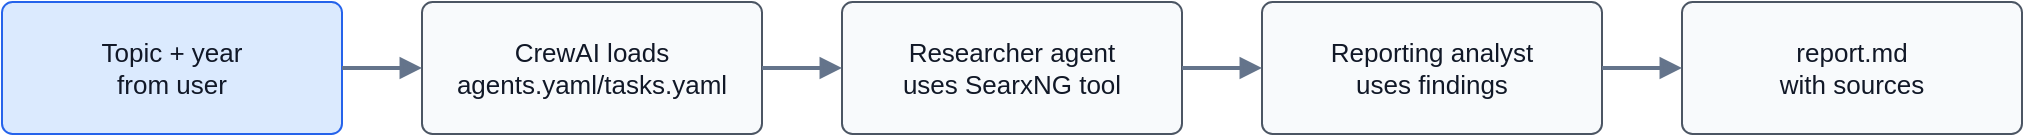
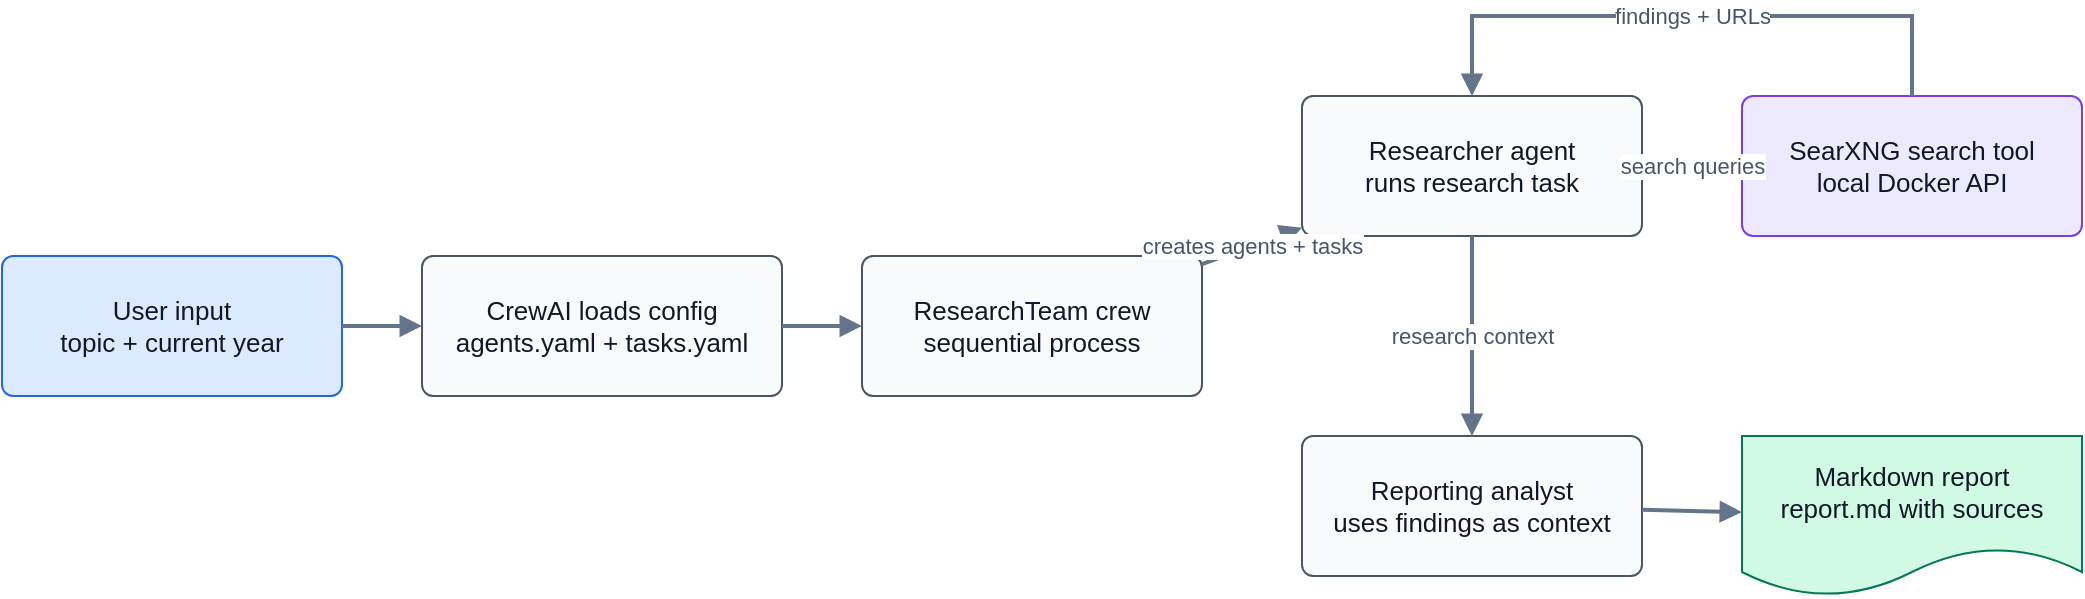
- <mxfile host="Codex" modified="2026-06-27T10:01:50Z" agent="Codex" version="24.7.17" type="device">
-   <diagram id="crewai-research-report-agent" name="CrewAI Research Report Agent">
+ <mxfile host="Codex" modified="2026-06-27T00:00:00Z" agent="Codex" version="24.7.17" type="device">
+   <diagram id="project-crewai-research-report-agent" name="CrewAI Research Report Agent">
    <mxGraphModel dx="1422" dy="794" grid="1" gridSize="10" guides="1" tooltips="1" connect="1" arrows="1" fold="1" page="1" pageScale="1" pageWidth="1120" pageHeight="520" math="0" shadow="0">
      <root>
        <mxCell id="0"/>
        <mxCell id="1" parent="0"/>
-         <mxCell id="id2" value="Topic + year&lt;br&gt;from user" style="rounded=1;whiteSpace=wrap;html=1;arcSize=8;strokeColor=#2563eb;fillColor=#dbeafe;fontColor=#111827;fontSize=13;spacing=10;" vertex="1" parent="1"><mxGeometry x="40" y="180" width="170" height="66" as="geometry"/></mxCell>
-         <mxCell id="id3" value="CrewAI loads&lt;br&gt;agents.yaml/tasks.yaml" style="rounded=1;whiteSpace=wrap;html=1;arcSize=8;strokeColor=#4b5563;fillColor=#f8fafc;fontColor=#111827;fontSize=13;spacing=10;" vertex="1" parent="1"><mxGeometry x="250" y="180" width="170" height="66" as="geometry"/></mxCell>
-         <mxCell id="id4" value="Researcher agent&lt;br&gt;uses SearxNG tool" style="rounded=1;whiteSpace=wrap;html=1;arcSize=8;strokeColor=#4b5563;fillColor=#f8fafc;fontColor=#111827;fontSize=13;spacing=10;" vertex="1" parent="1"><mxGeometry x="460" y="180" width="170" height="66" as="geometry"/></mxCell>
-         <mxCell id="id5" value="Reporting analyst&lt;br&gt;uses findings" style="rounded=1;whiteSpace=wrap;html=1;arcSize=8;strokeColor=#4b5563;fillColor=#f8fafc;fontColor=#111827;fontSize=13;spacing=10;" vertex="1" parent="1"><mxGeometry x="670" y="180" width="170" height="66" as="geometry"/></mxCell>
-         <mxCell id="id6" value="report.md&lt;br&gt;with sources" style="rounded=1;whiteSpace=wrap;html=1;arcSize=8;strokeColor=#4b5563;fillColor=#f8fafc;fontColor=#111827;fontSize=13;spacing=10;" vertex="1" parent="1"><mxGeometry x="880" y="180" width="170" height="66" as="geometry"/></mxCell>
-         <mxCell id="id7" value="" style="endArrow=block;html=1;rounded=0;strokeWidth=2;strokeColor=#64748b;fontColor=#475569;fontSize=11;" edge="1" parent="1" source="id2" target="id3"><mxGeometry relative="1" as="geometry"/></mxCell>
-         <mxCell id="id8" value="" style="endArrow=block;html=1;rounded=0;strokeWidth=2;strokeColor=#64748b;fontColor=#475569;fontSize=11;" edge="1" parent="1" source="id3" target="id4"><mxGeometry relative="1" as="geometry"/></mxCell>
-         <mxCell id="id9" value="" style="endArrow=block;html=1;rounded=0;strokeWidth=2;strokeColor=#64748b;fontColor=#475569;fontSize=11;" edge="1" parent="1" source="id4" target="id5"><mxGeometry relative="1" as="geometry"/></mxCell>
-         <mxCell id="id10" value="" style="endArrow=block;html=1;rounded=0;strokeWidth=2;strokeColor=#64748b;fontColor=#475569;fontSize=11;" edge="1" parent="1" source="id5" target="id6"><mxGeometry relative="1" as="geometry"/></mxCell>
+         <mxCell id="input" value="User input&lt;br&gt;topic + current year" style="rounded=1;whiteSpace=wrap;html=1;arcSize=8;strokeColor=#2563eb;fillColor=#dbeafe;fontColor=#111827;fontSize=13;spacing=10;" vertex="1" parent="1">
+           <mxGeometry x="40" y="200" width="170" height="70" as="geometry"/>
+         </mxCell>
+         <mxCell id="yaml" value="CrewAI loads config&lt;br&gt;agents.yaml + tasks.yaml" style="rounded=1;whiteSpace=wrap;html=1;arcSize=8;strokeColor=#4b5563;fillColor=#f8fafc;fontColor=#111827;fontSize=13;spacing=10;" vertex="1" parent="1">
+           <mxGeometry x="250" y="200" width="180" height="70" as="geometry"/>
+         </mxCell>
+         <mxCell id="crew" value="ResearchTeam crew&lt;br&gt;sequential process" style="rounded=1;whiteSpace=wrap;html=1;arcSize=8;strokeColor=#4b5563;fillColor=#f8fafc;fontColor=#111827;fontSize=13;spacing=10;" vertex="1" parent="1">
+           <mxGeometry x="470" y="200" width="170" height="70" as="geometry"/>
+         </mxCell>
+         <mxCell id="researcher" value="Researcher agent&lt;br&gt;runs research task" style="rounded=1;whiteSpace=wrap;html=1;arcSize=8;strokeColor=#4b5563;fillColor=#f8fafc;fontColor=#111827;fontSize=13;spacing=10;" vertex="1" parent="1">
+           <mxGeometry x="690" y="120" width="170" height="70" as="geometry"/>
+         </mxCell>
+         <mxCell id="searxng" value="SearXNG search tool&lt;br&gt;local Docker API" style="rounded=1;whiteSpace=wrap;html=1;arcSize=8;strokeColor=#7c3aed;fillColor=#ede9fe;fontColor=#111827;fontSize=13;spacing=10;" vertex="1" parent="1">
+           <mxGeometry x="910" y="120" width="170" height="70" as="geometry"/>
+         </mxCell>
+         <mxCell id="analyst" value="Reporting analyst&lt;br&gt;uses findings as context" style="rounded=1;whiteSpace=wrap;html=1;arcSize=8;strokeColor=#4b5563;fillColor=#f8fafc;fontColor=#111827;fontSize=13;spacing=10;" vertex="1" parent="1">
+           <mxGeometry x="690" y="290" width="170" height="70" as="geometry"/>
+         </mxCell>
+         <mxCell id="report" value="Markdown report&lt;br&gt;report.md with sources" style="shape=document;whiteSpace=wrap;html=1;boundedLbl=1;strokeColor=#047857;fillColor=#d1fae5;fontColor=#111827;fontSize=13;spacing=10;" vertex="1" parent="1">
+           <mxGeometry x="910" y="290" width="170" height="80" as="geometry"/>
+         </mxCell>
+         <mxCell id="edge1" value="" style="endArrow=block;html=1;rounded=0;strokeWidth=2;strokeColor=#64748b;fontColor=#475569;fontSize=11;" edge="1" parent="1" source="input" target="yaml">
+           <mxGeometry relative="1" as="geometry"/>
+         </mxCell>
+         <mxCell id="edge2" value="" style="endArrow=block;html=1;rounded=0;strokeWidth=2;strokeColor=#64748b;fontColor=#475569;fontSize=11;" edge="1" parent="1" source="yaml" target="crew">
+           <mxGeometry relative="1" as="geometry"/>
+         </mxCell>
+         <mxCell id="edge3" value="creates agents + tasks" style="endArrow=block;html=1;rounded=0;strokeWidth=2;strokeColor=#64748b;fontColor=#475569;fontSize=11;" edge="1" parent="1" source="crew" target="researcher">
+           <mxGeometry relative="1" as="geometry"/>
+         </mxCell>
+         <mxCell id="edge4" value="search queries" style="endArrow=block;html=1;rounded=0;strokeWidth=2;strokeColor=#64748b;fontColor=#475569;fontSize=11;" edge="1" parent="1" source="researcher" target="searxng">
+           <mxGeometry relative="1" as="geometry"/>
+         </mxCell>
+         <mxCell id="edge5" value="findings + URLs" style="endArrow=block;html=1;rounded=0;strokeWidth=2;strokeColor=#64748b;fontColor=#475569;fontSize=11;" edge="1" parent="1" source="searxng" target="researcher">
+           <mxGeometry relative="1" as="geometry">
+             <Array as="points">
+               <mxPoint x="995" y="80"/>
+               <mxPoint x="775" y="80"/>
+             </Array>
+           </mxGeometry>
+         </mxCell>
+         <mxCell id="edge6" value="research context" style="endArrow=block;html=1;rounded=0;strokeWidth=2;strokeColor=#64748b;fontColor=#475569;fontSize=11;" edge="1" parent="1" source="researcher" target="analyst">
+           <mxGeometry relative="1" as="geometry"/>
+         </mxCell>
+         <mxCell id="edge7" value="" style="endArrow=block;html=1;rounded=0;strokeWidth=2;strokeColor=#64748b;fontColor=#475569;fontSize=11;" edge="1" parent="1" source="analyst" target="report">
+           <mxGeometry relative="1" as="geometry"/>
+         </mxCell>
      </root>
    </mxGraphModel>
  </diagram>
</mxfile>
